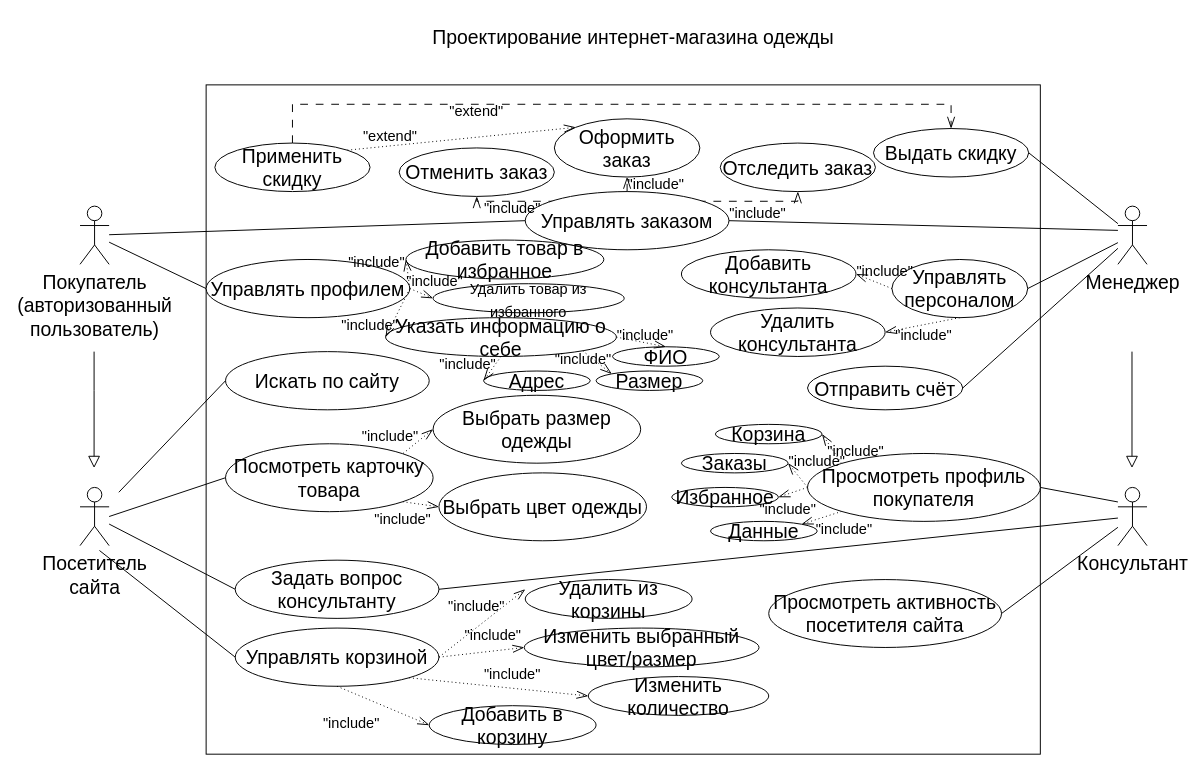
Above: Диаграмма без названия.drawio in tssergeev/lflflflf (draw.io), before the change. Source tidied: cells renumbered, new cells numbered last; positions are measured from the earlier drawing's top-left corner, leaving out a move shared by most shapes. Both pictures are drawn from the tidied source at 97%, with x=0, y=0 at pixel (80, 16).
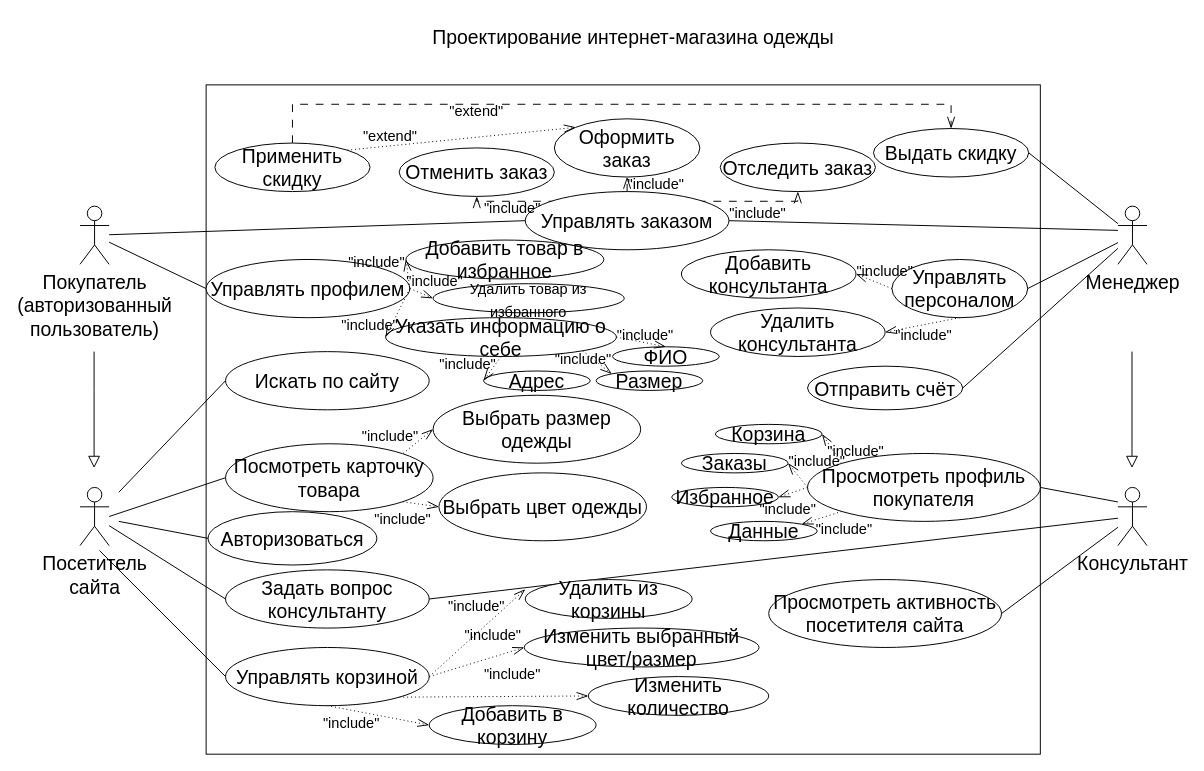
The same page after the edit.

What changed in the source:
```diff
@@
     <mxCell id="10" value="Управлять корзиной" style="ellipse;whiteSpace=wrap;html=1;fontSize=20;" parent="1" vertex="1">
-      <mxGeometry x="160" y="630" width="210" height="60" as="geometry" />
+      <mxGeometry x="150" y="650" width="210" height="60" as="geometry" />
     </mxCell>
@@
     <mxCell id="15" value="Задать вопрос консультанту" style="ellipse;whiteSpace=wrap;html=1;fontSize=20;" parent="1" vertex="1">
-      <mxGeometry x="160" y="560" width="210" height="60" as="geometry" />
+      <mxGeometry x="150" y="570" width="210" height="60" as="geometry" />
     </mxCell>
@@
+    <mxCell id="102" value="Авторизоваться" style="ellipse;whiteSpace=wrap;html=1;fontSize=20;" parent="1" vertex="1">
+      <mxGeometry x="132" y="510" width="174" height="55" as="geometry" />
+    </mxCell>
+    <mxCell id="103" style="endArrow=none;html=1;rounded=0;entryX=0;entryY=0.5;entryDx=0;entryDy=0;" parent="1" edge="1" target="102">
+      <mxGeometry relative="1" as="geometry">
+        <mxPoint x="40" y="520" as="sourcePoint" />
+      </mxGeometry>
+    </mxCell>
```
